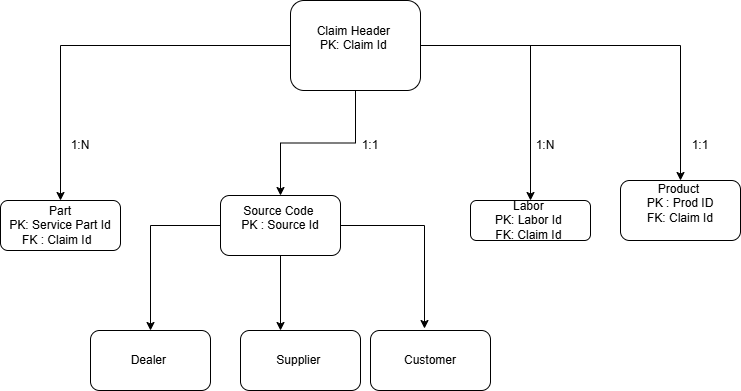
Before: Claim Data Model_Logical.drawio.png, a diagram exported from draw.io (Mouparna-commit/Sql). Source tidied: cells renumbered, new cells last; positions are measured from the earlier drawing's top-left corner, leaving out a move shared by most shapes.
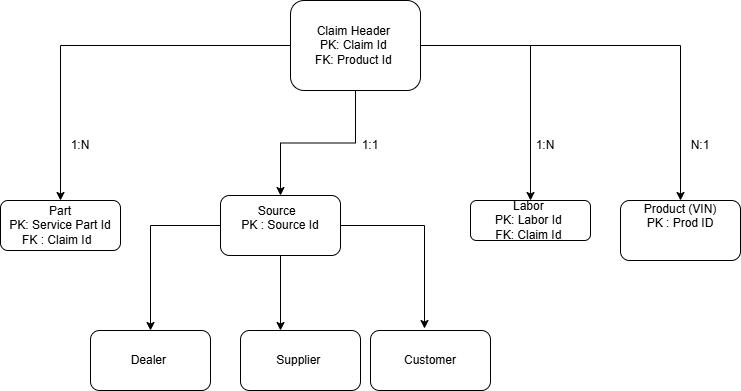
Above is the later version.

What changed in the source:
```diff
@@ -14,7 +14,7 @@
     <mxCell id="5" style="edgeStyle=orthogonalEdgeStyle;rounded=0;jettySize=auto;html=1;" parent="1" edge="1" source="6" target="17">
       <mxGeometry relative="1" as="geometry" />
     </mxCell>
-    <mxCell id="6" value="Claim Header&amp;nbsp;&lt;br&gt;PK: Claim Id&amp;nbsp;&lt;div&gt;&amp;nbsp;&lt;/div&gt;" style="rounded=1;whiteSpace=wrap;html=1;" parent="1" vertex="1">
+    <mxCell id="6" value="Claim Header&amp;nbsp;&lt;br&gt;PK: Claim Id&amp;nbsp;&lt;div&gt;FK: Product Id&amp;nbsp;&lt;/div&gt;" style="rounded=1;whiteSpace=wrap;html=1;" parent="1" vertex="1">
       <mxGeometry x="290" width="130" height="90" as="geometry" />
     </mxCell>
     <mxCell id="7" value="Part&lt;div&gt;PK: Service Part Id&lt;/div&gt;&lt;div&gt;FK : Claim Id&amp;nbsp;&amp;nbsp;&lt;/div&gt;" style="whiteSpace=wrap;html=1;rounded=1;" parent="1" vertex="1">
@@ -37,14 +37,14 @@
         </Array>
       </mxGeometry>
     </mxCell>
-    <mxCell id="12" value="Source Code&amp;nbsp;&lt;br&gt;PK : Source Id&lt;div&gt;&lt;br/&gt;&lt;/div&gt;" style="rounded=1;whiteSpace=wrap;html=1;" parent="1" vertex="1">
+    <mxCell id="12" value="Source&amp;nbsp;&amp;nbsp;&lt;br&gt;PK : Source Id&lt;div&gt;&lt;br&gt;&lt;/div&gt;" style="rounded=1;whiteSpace=wrap;html=1;" parent="1" vertex="1">
       <mxGeometry x="220" y="195" width="120" height="60" as="geometry" />
     </mxCell>
     <mxCell id="13" value="1:1" style="text;html=1;whiteSpace=wrap;strokeColor=none;fillColor=none;align=center;verticalAlign=middle;rounded=0;" parent="1" vertex="1">
       <mxGeometry x="340" y="130" width="60" height="30" as="geometry" />
     </mxCell>
-    <mxCell id="14" value="Product&amp;nbsp;&lt;div&gt;PK : Prod ID&lt;br&gt;FK: Claim Id&lt;/div&gt;&lt;div&gt;&lt;br&gt;&lt;/div&gt;" style="whiteSpace=wrap;html=1;rounded=1;" parent="1" vertex="1">
-      <mxGeometry x="620" y="180" width="120" height="60" as="geometry" />
+    <mxCell id="14" value="Product (VIN)&lt;div&gt;PK : Prod ID&lt;br&gt;&lt;br&gt;&lt;/div&gt;&lt;div&gt;&lt;br&gt;&lt;/div&gt;" style="whiteSpace=wrap;html=1;rounded=1;" parent="1" vertex="1">
+      <mxGeometry x="620" y="200" width="120" height="60" as="geometry" />
     </mxCell>
     <mxCell id="15" value="Dealer&amp;nbsp;" style="whiteSpace=wrap;html=1;rounded=1;" parent="1" vertex="1">
       <mxGeometry x="90" y="330" width="120" height="60" as="geometry" />
@@ -58,7 +58,7 @@
     <mxCell id="18" value="Customer" style="whiteSpace=wrap;html=1;rounded=1;" parent="1" vertex="1">
       <mxGeometry x="370" y="330" width="120" height="60" as="geometry" />
     </mxCell>
-    <mxCell id="19" value="1:1" style="text;html=1;whiteSpace=wrap;strokeColor=none;fillColor=none;align=center;verticalAlign=middle;rounded=0;" parent="1" vertex="1">
+    <mxCell id="19" value="N:1" style="text;html=1;whiteSpace=wrap;strokeColor=none;fillColor=none;align=center;verticalAlign=middle;rounded=0;" parent="1" vertex="1">
       <mxGeometry x="680" y="130" width="40" height="30" as="geometry" />
     </mxCell>
     <mxCell id="20" style="edgeStyle=orthogonalEdgeStyle;rounded=0;jettySize=auto;html=1;entryX=0.45;entryY=-0.033;entryDx=0;entryDy=0;entryPerimeter=0;" parent="1" edge="1" source="12" target="18">
```
